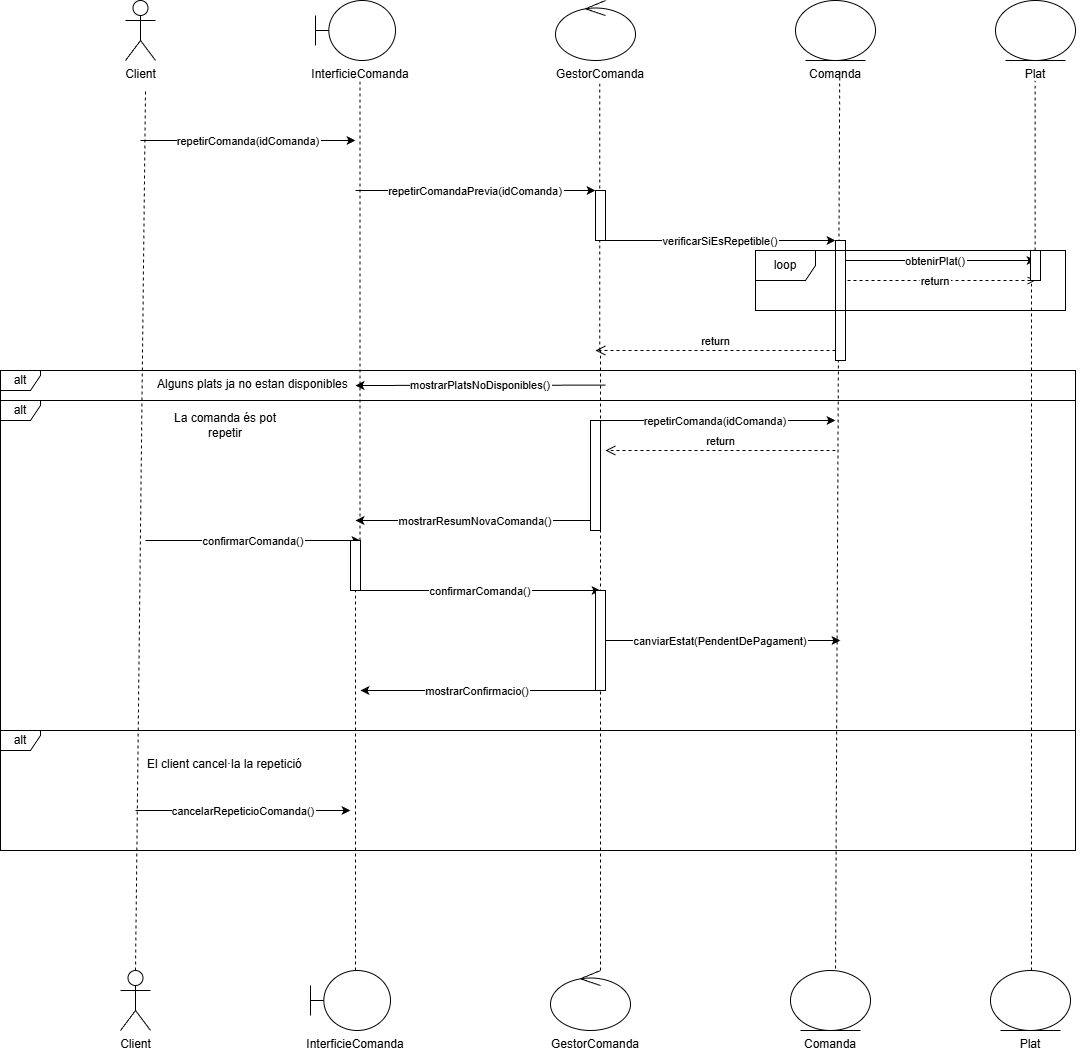
Above: Diagrames/Diagrames seqüència/Diagrames Sebastián Díaz Carrasco/repetir_comanda_previa.png in MarcelPainos/ES26UAB-431-12 (draw.io), before the change. Source tidied: cells renumbered, new cells last; positions are measured from the earlier drawing's top-left corner, leaving out a move shared by most shapes.
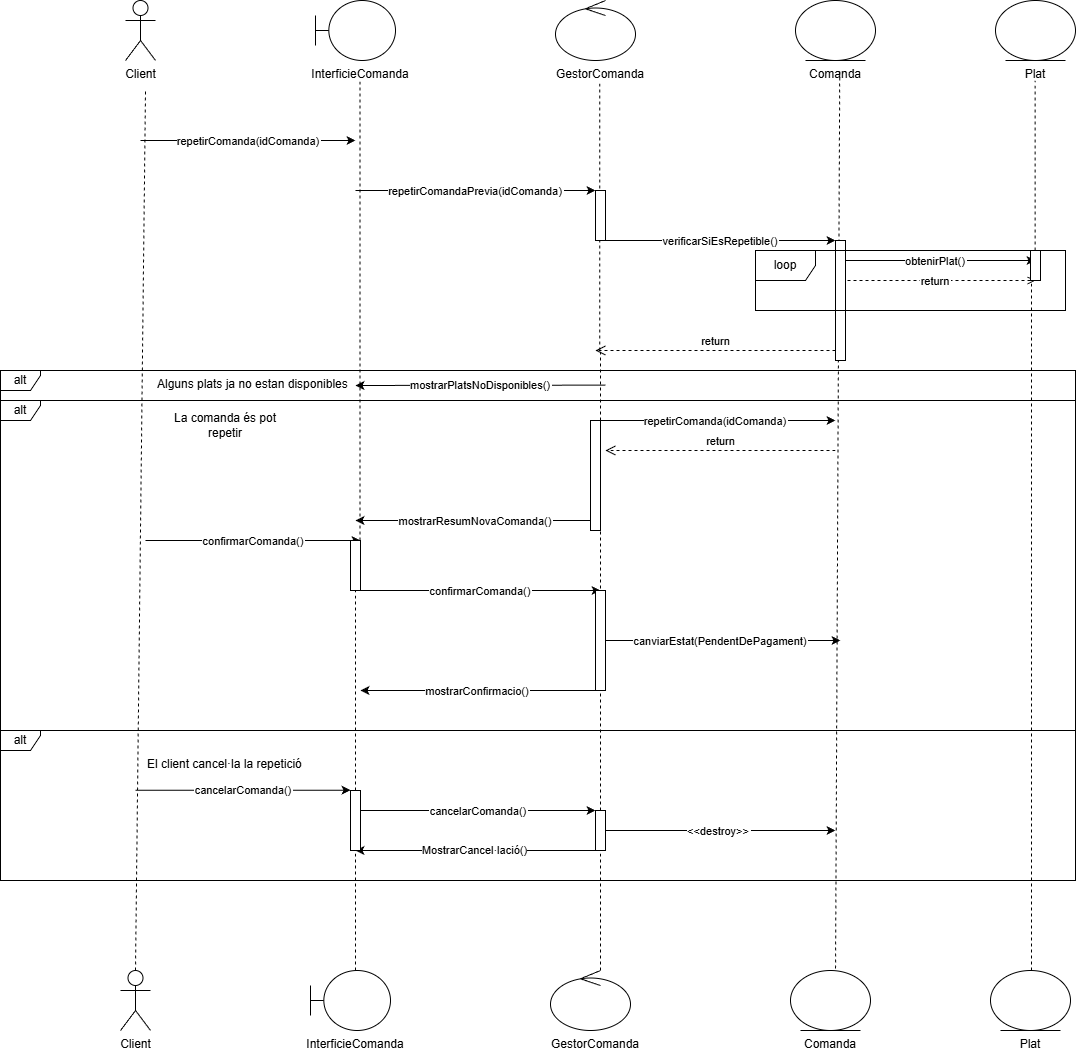
After the commit.

Change to the diagram source:
```diff
@@ -109,10 +109,10 @@
     <mxCell id="25" value="El client cancel·la la repetició" style="text;strokeColor=none;fillColor=none;" parent="1" vertex="1">
       <mxGeometry x="145" y="750" width="320" height="30" as="geometry" />
     </mxCell>
-    <mxCell id="26" value="cancelarRepeticioComanda()" style="endArrow=classic;" parent="1" edge="1">
+    <mxCell id="26" value="cancelarComanda()" style="endArrow=classic;" parent="1" edge="1">
       <mxGeometry relative="1" as="geometry">
-        <mxPoint x="135" y="810" as="sourcePoint" />
-        <mxPoint x="350" y="810" as="targetPoint" />
+        <mxPoint x="135" y="789.7" as="sourcePoint" />
+        <mxPoint x="350" y="789.7" as="targetPoint" />
       </mxGeometry>
     </mxCell>
     <mxCell id="27" style="endArrow=none;dashed=1;html=1;rounded=0;" parent="1" edge="1">
@@ -172,9 +172,8 @@
     <mxCell id="38" style="html=1;points=[[0,0,0,0,5],[0,1,0,0,-5],[1,0,0,0,5],[1,1,0,0,-5]];perimeter=orthogonalPerimeter;outlineConnect=0;targetShapes=umlLifeline;portConstraint=eastwest;newEdgeStyle={&quot;curved&quot;:0,&quot;rounded&quot;:0};" parent="1" vertex="1">
       <mxGeometry x="595" y="190" width="10" height="50" as="geometry" />
     </mxCell>
-    <mxCell id="39" style="endArrow=none;dashed=1;html=1;rounded=0;" parent="1" edge="1">
+    <mxCell id="39" style="endArrow=none;dashed=1;html=1;rounded=0;" parent="1" edge="1" source="64">
       <mxGeometry relative="1" as="geometry">
-        <mxPoint x="600" y="970" as="sourcePoint" />
         <mxPoint x="600" y="350" as="targetPoint" />
       </mxGeometry>
     </mxCell>
@@ -188,7 +187,7 @@
       </mxGeometry>
     </mxCell>
     <mxCell id="42" value="alt" style="shape=umlFrame;whiteSpace=wrap;html=1;width=40;height=20;" parent="1" vertex="1">
-      <mxGeometry y="730" width="1075" height="120" as="geometry" />
+      <mxGeometry y="730" width="1075" height="150" as="geometry" />
     </mxCell>
     <mxCell id="43" value="La comanda és pot repetir" style="text;html=1;whiteSpace=wrap;strokeColor=none;fillColor=none;align=center;verticalAlign=middle;rounded=0;" parent="1" vertex="1">
       <mxGeometry x="155" y="410" width="140" height="30" as="geometry" />
@@ -199,10 +198,8 @@
     <mxCell id="45" style="html=1;perimeter=orthogonalPerimeter;targetShapes=umlLifeline;newEdgeStyle={&quot;curved&quot;:0,&quot;rounded&quot;:0};" parent="1" vertex="1">
       <mxGeometry x="590" y="420" width="10" height="110" as="geometry" />
     </mxCell>
-    <mxCell id="46" style="endArrow=none;dashed=1;html=1;rounded=0;" parent="1" edge="1" target="47">
-      <mxGeometry relative="1" as="geometry">
-        <mxPoint x="355" y="970" as="sourcePoint" />
-      </mxGeometry>
+    <mxCell id="46" style="endArrow=none;dashed=1;html=1;rounded=0;" parent="1" edge="1" source="62" target="47">
+      <mxGeometry relative="1" as="geometry" />
     </mxCell>
     <mxCell id="47" style="html=1;points=[[0,0,0,0,5],[0,1,0,0,-5],[1,0,0,0,5],[1,1,0,0,-5]];perimeter=orthogonalPerimeter;outlineConnect=0;targetShapes=umlLifeline;portConstraint=eastwest;newEdgeStyle={&quot;curved&quot;:0,&quot;rounded&quot;:0};" parent="1" vertex="1">
       <mxGeometry x="350" y="540" width="10" height="50" as="geometry" />
@@ -234,5 +231,42 @@
     <mxCell id="56" value="Plat" style="text;strokeColor=none;fillColor=none;align=center;" parent="1" vertex="1">
       <mxGeometry x="980" y="1030" width="100" height="30" as="geometry" />
     </mxCell>
+    <mxCell id="57" value="cancelarComanda()" style="endArrow=classic;" parent="1" edge="1">
+      <mxGeometry relative="1" as="geometry">
+        <mxPoint x="360" y="810" as="sourcePoint" />
+        <mxPoint x="595" y="810" as="targetPoint" />
+      </mxGeometry>
+    </mxCell>
+    <mxCell id="58" value="&lt;&lt;destroy&gt;&gt;" style="endArrow=classic;" parent="1" edge="1">
+      <mxGeometry relative="1" as="geometry">
+        <mxPoint x="600" y="830" as="sourcePoint" />
+        <mxPoint x="835" y="830" as="targetPoint" />
+      </mxGeometry>
+    </mxCell>
+    <mxCell id="59" style="endArrow=classic;html=1;rounded=0;" parent="1" edge="1">
+      <mxGeometry relative="1" as="geometry">
+        <mxPoint x="600" y="850" as="sourcePoint" />
+        <mxPoint x="355" y="850" as="targetPoint" />
+      </mxGeometry>
+    </mxCell>
+    <mxCell id="60" value="MostrarCancel·lació()" style="edgeLabel;html=1;align=center;verticalAlign=middle;" parent="59" vertex="1">
+      <mxGeometry x="0.03" y="-1" relative="1" as="geometry" />
+    </mxCell>
+    <mxCell id="61" style="endArrow=none;dashed=1;html=1;rounded=0;" parent="1" edge="1" target="62">
+      <mxGeometry relative="1" as="geometry">
+        <mxPoint x="355" y="970" as="sourcePoint" />
+      </mxGeometry>
+    </mxCell>
+    <mxCell id="62" style="html=1;points=[[0,0,0,0,5],[0,1,0,0,-5],[1,0,0,0,5],[1,1,0,0,-5]];perimeter=orthogonalPerimeter;outlineConnect=0;targetShapes=umlLifeline;portConstraint=eastwest;newEdgeStyle={&quot;curved&quot;:0,&quot;rounded&quot;:0};" parent="1" vertex="1">
+      <mxGeometry x="350" y="790" width="10" height="60" as="geometry" />
+    </mxCell>
+    <mxCell id="63" style="endArrow=none;dashed=1;html=1;rounded=0;" parent="1" edge="1" target="64">
+      <mxGeometry relative="1" as="geometry">
+        <mxPoint x="600" y="970" as="sourcePoint" />
+      </mxGeometry>
+    </mxCell>
+    <mxCell id="64" style="html=1;points=[[0,0,0,0,5],[0,1,0,0,-5],[1,0,0,0,5],[1,1,0,0,-5]];perimeter=orthogonalPerimeter;outlineConnect=0;targetShapes=umlLifeline;portConstraint=eastwest;newEdgeStyle={&quot;curved&quot;:0,&quot;rounded&quot;:0};" parent="1" vertex="1">
+      <mxGeometry x="595" y="810" width="10" height="40" as="geometry" />
+    </mxCell>
   </root>
 </mxGraphModel>
```
